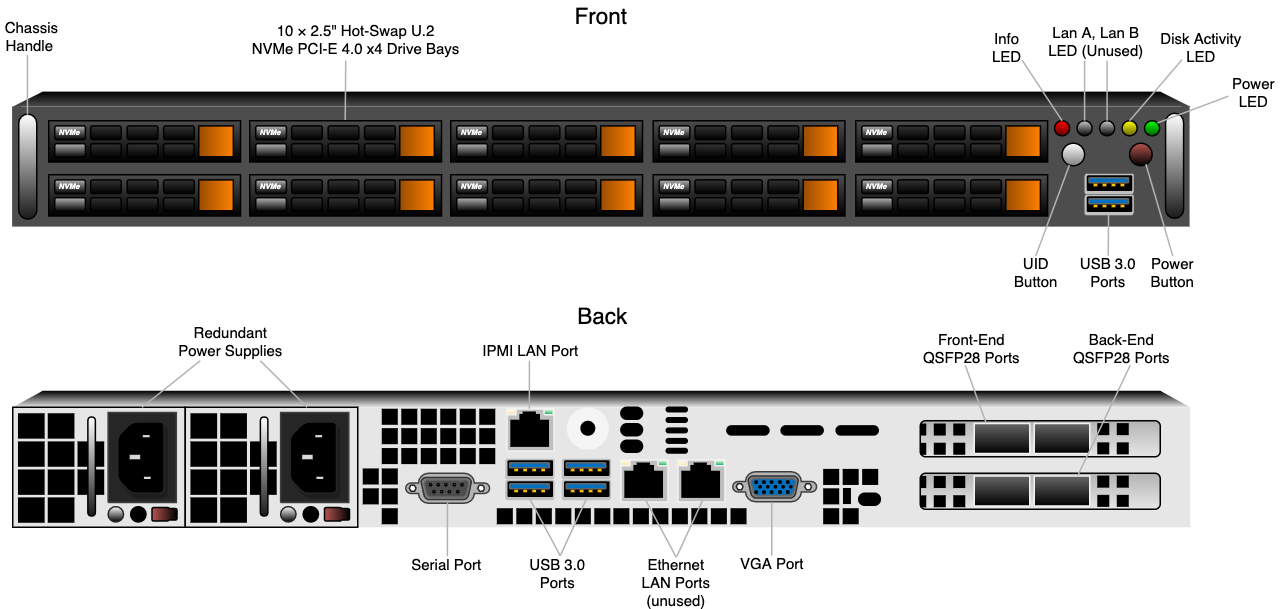
Qumulo/docs keeps this draw.io diagram as supermicro/images/supermicro-front-back-diagram.png. Above is the earlier version. Source tidied: cells renumbered, new cells last; positions are measured from the earlier drawing's top-left corner, leaving out a move shared by most shapes.
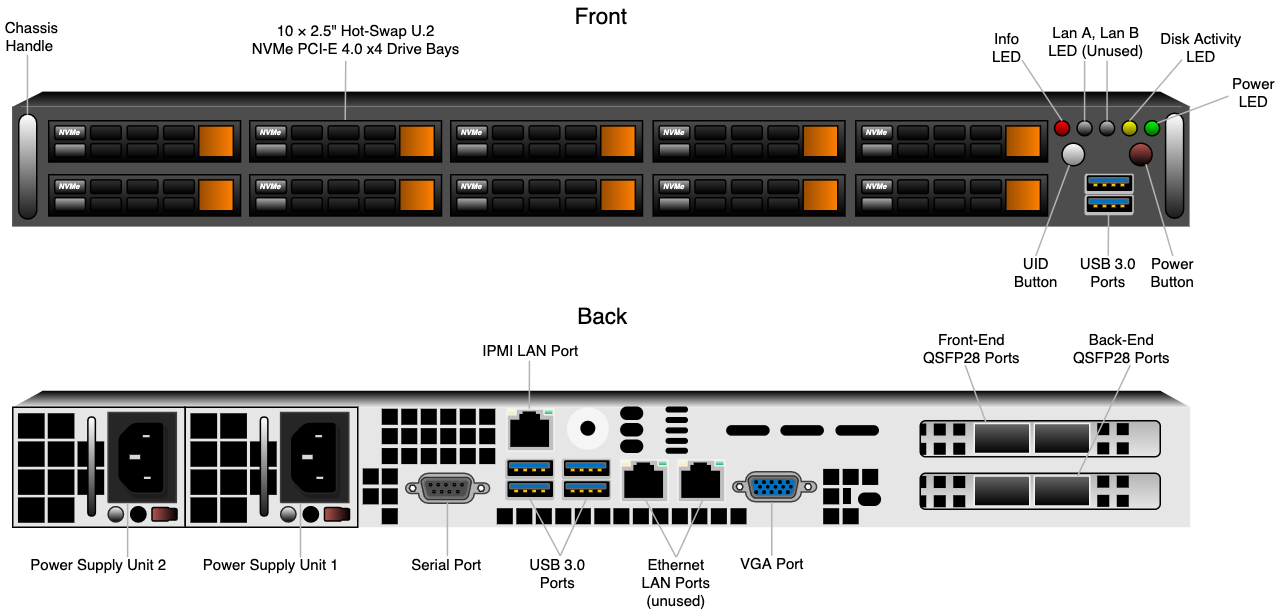
Above is the later version.

Change to the diagram source:
```diff
@@ -1151,19 +1151,6 @@
     <mxCell id="380" value="&lt;b style=&quot;font-size: 5px;&quot;&gt;&lt;i style=&quot;font-size: 5px;&quot;&gt;NVMe&lt;/i&gt;&lt;/b&gt;" style="text;html=1;strokeColor=none;fillColor=none;align=center;verticalAlign=middle;whiteSpace=wrap;rounded=0;fontColor=#FFFFFF;fontSize=5;" parent="369" vertex="1">
       <mxGeometry x="9" y="5" width="10" height="3" as="geometry" />
     </mxCell>
-    <mxCell id="381" value="Redundant Power Supplies" style="text;whiteSpace=wrap;html=1;fontSize=10;align=center;" parent="1" vertex="1">
-      <mxGeometry x="134" y="208" width="72.7" height="20" as="geometry" />
-    </mxCell>
-    <mxCell id="382" style="endArrow=none;html=1;fontSize=10;shadow=0;strokeColor=#B3B3B3;entryX=0.75;entryY=0;entryDx=0;entryDy=0;" parent="1" edge="1" target="259">
-      <mxGeometry relative="1" as="geometry">
-        <mxPoint x="150" y="240" as="sourcePoint" />
-      </mxGeometry>
-    </mxCell>
-    <mxCell id="383" style="endArrow=none;html=1;fontSize=10;shadow=0;strokeColor=#B3B3B3;entryX=0.25;entryY=1;entryDx=0;entryDy=0;" parent="1" edge="1" target="33">
-      <mxGeometry relative="1" as="geometry">
-        <mxPoint x="190" y="240" as="sourcePoint" />
-      </mxGeometry>
-    </mxCell>
     <mxCell id="384" value="IPMI LAN Port" style="text;whiteSpace=wrap;html=1;fontSize=10;align=center;" parent="1" vertex="1">
       <mxGeometry x="333.7" y="220" width="72.7" height="20" as="geometry" />
     </mxCell>
@@ -1318,5 +1305,23 @@
         <mxPoint x="770" y="243" as="sourcePoint" />
       </mxGeometry>
     </mxCell>
+    <mxCell id="428" value="Power Supply Unit 2" style="text;whiteSpace=wrap;html=1;fontSize=10;align=center;" parent="1" vertex="1">
+      <mxGeometry x="25" y="363" width="115.4" height="20" as="geometry" />
+    </mxCell>
+    <mxCell id="429" value="Power Supply Unit 1" style="text;whiteSpace=wrap;html=1;fontSize=10;align=center;" parent="1" vertex="1">
+      <mxGeometry x="139.8" y="363" width="115.4" height="20" as="geometry" />
+    </mxCell>
+    <mxCell id="430" style="endArrow=none;html=1;fontSize=10;shadow=0;strokeColor=#B3B3B3;exitX=1.017;exitY=0.535;exitDx=0;exitDy=0;exitPerimeter=0;" parent="1" edge="1">
+      <mxGeometry relative="1" as="geometry">
+        <mxPoint x="216.8" y="335.5" as="sourcePoint" />
+        <mxPoint x="216.8" y="371.2" as="targetPoint" />
+      </mxGeometry>
+    </mxCell>
+    <mxCell id="431" style="endArrow=none;html=1;fontSize=10;shadow=0;strokeColor=#B3B3B3;exitX=1.017;exitY=0.535;exitDx=0;exitDy=0;exitPerimeter=0;" parent="1" edge="1">
+      <mxGeometry relative="1" as="geometry">
+        <mxPoint x="101.6" y="335.3" as="sourcePoint" />
+        <mxPoint x="101.6" y="371" as="targetPoint" />
+      </mxGeometry>
+    </mxCell>
   </root>
 </mxGraphModel>
```
